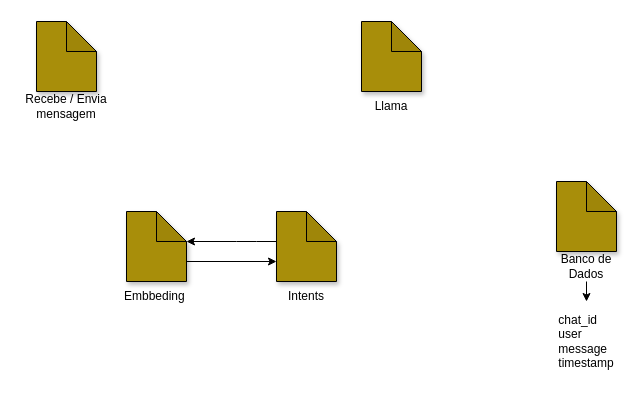
This is docs/api.drawio from Quintanda/ChatBot-Llama, a draw.io file, before an edit. Source tidied: cells renumbered, new cells numbered last; positions are measured from the earlier drawing's top-left corner, leaving out a move shared by most shapes. Both pictures are drawn from the tidied source at 100%, with x=0, y=0 at pixel (21, 21).
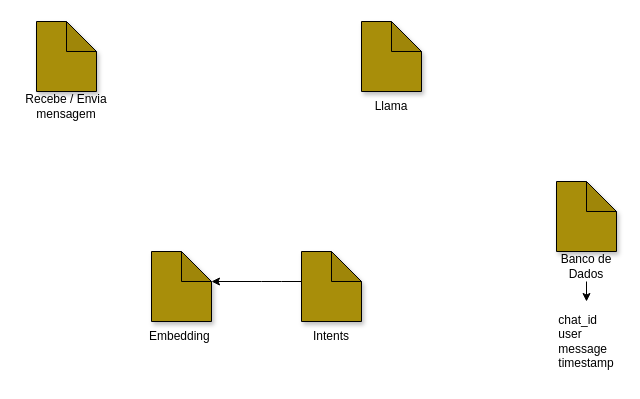
The same page after the edit.

The change refers to these unchanged cells:
```xml
<mxCell id="9" style="group;" parent="8" vertex="1">
  <mxGeometry width="60" height="100" as="geometry" />
</mxCell>
<mxCell id="10" style="shape=note;whiteSpace=wrap;html=1;backgroundOutline=1;darkOpacity=0.05;shadow=1;fillColor=#A88E0A;strokeColor=#000000;" parent="9" vertex="1">
  <mxGeometry width="60" height="70" as="geometry" />
</mxCell>
```

Diff of the diagram source:
```diff
@@
     <mxCell id="8" style="group;" parent="1" vertex="1">
-      <mxGeometry x="105" y="190" width="210" height="100" as="geometry" />
+      <mxGeometry x="130" y="230" width="210" height="100" as="geometry" />
     </mxCell>
@@
-    <mxCell id="11" value="Embbeding&amp;nbsp;" style="text;strokeColor=none;align=center;fillColor=none;html=1;verticalAlign=middle;whiteSpace=wrap;rounded=0;shadow=1;" parent="9" vertex="1">
+    <mxCell id="11" value="Embedding&amp;nbsp;" style="text;strokeColor=none;align=center;fillColor=none;html=1;verticalAlign=middle;whiteSpace=wrap;rounded=0;shadow=1;" parent="9" vertex="1">
       <mxGeometry y="70" width="60" height="30" as="geometry" />
     </mxCell>
@@
-    <mxCell id="16" style="edgeStyle=none;html=1;exitX=0;exitY=0;exitDx=60;exitDy=50;exitPerimeter=0;" parent="8" edge="1" source="10">
-      <mxGeometry relative="1" as="geometry">
-        <mxPoint x="150" y="50" as="targetPoint" />
-      </mxGeometry>
-    </mxCell>
```
